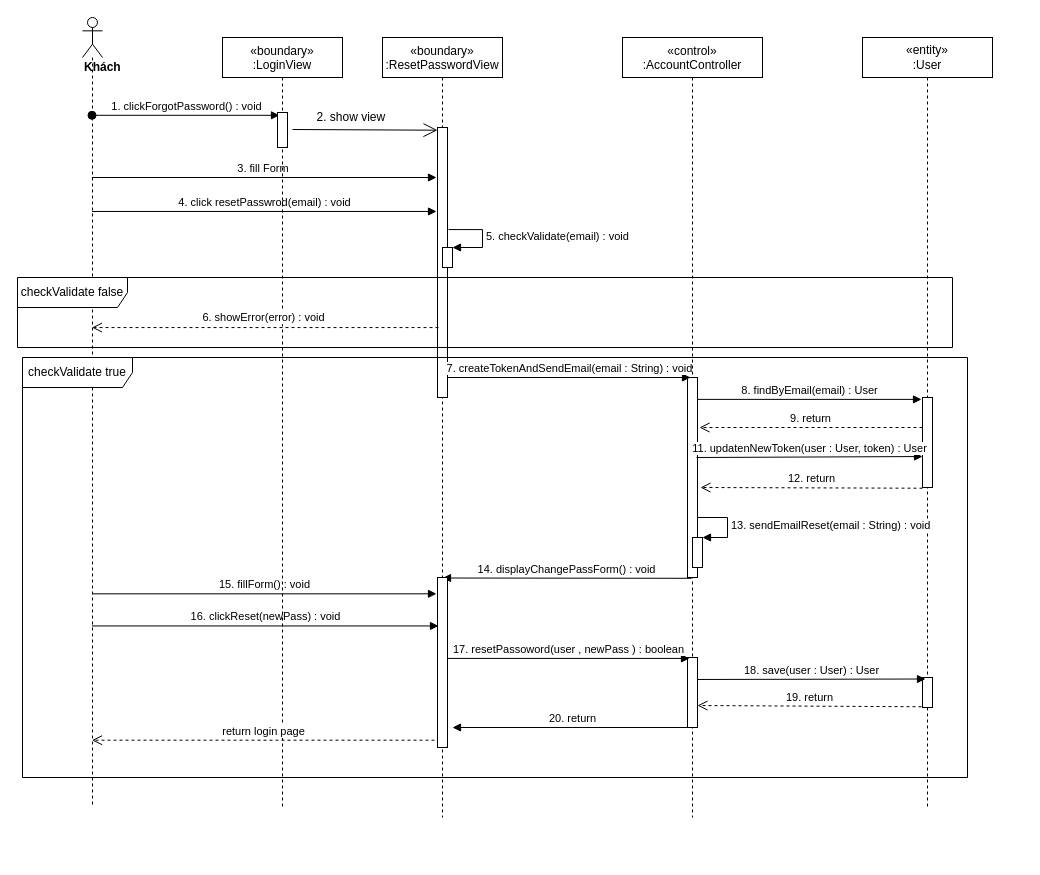
Above: sequence diagram/forgot-password-sequence-diagram.drawio in nguyenphamvan/datn_20202 (draw.io), before the change. Source tidied: cells renumbered, new cells numbered last; positions are measured from the earlier drawing's top-left corner, leaving out a move shared by most shapes. Both pictures are drawn from the tidied source at 100%, with x=0, y=0 at pixel (17, 17).
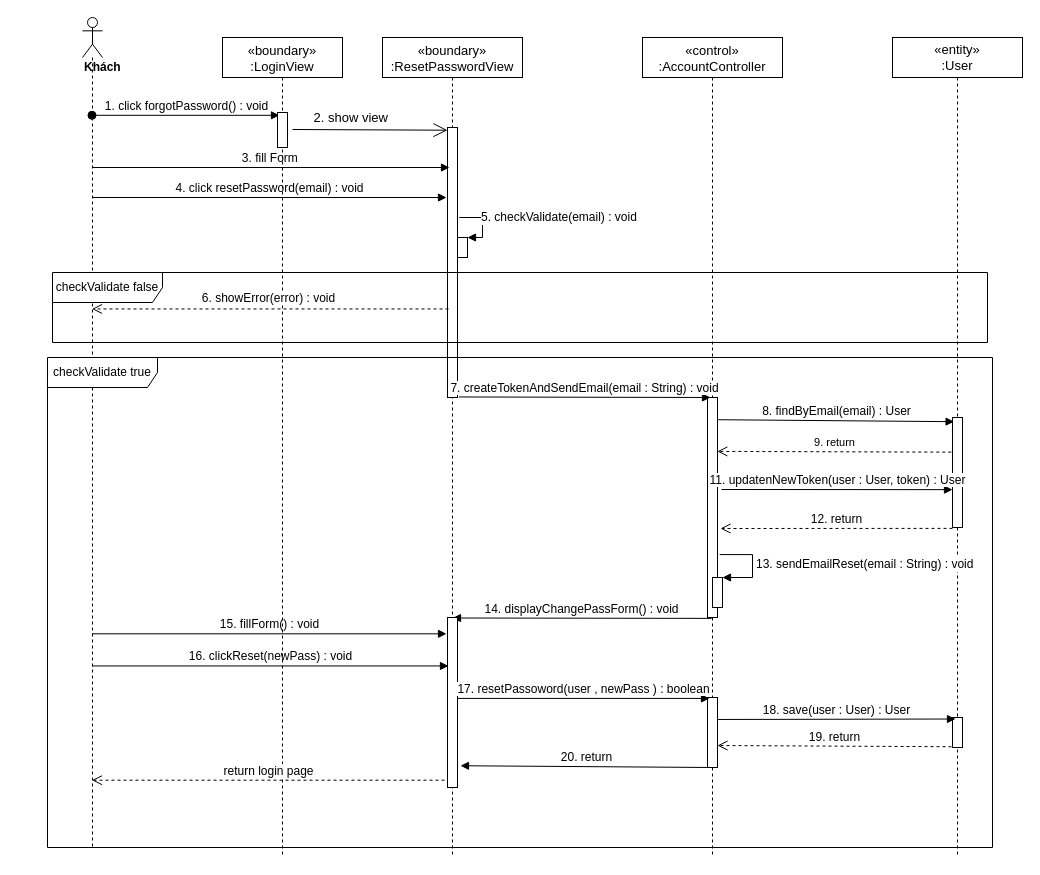
Above is the later version.

The change refers to these unchanged cells:
```xml
<mxCell id="32" style="html=1;points=[];perimeter=orthogonalPerimeter;" parent="31" vertex="1">
  <mxGeometry x="55" y="75" width="10" height="35" as="geometry" />
</mxCell>
```

Diff of the diagram source:
```diff
@@
-    <mxCell id="2" value="«boundary»&#10;:ResetPasswordView" style="shape=umlLifeline;perimeter=lifelinePerimeter;rounded=0;shadow=0;strokeWidth=1;" parent="1" vertex="1">
-      <mxGeometry x="365" y="20" width="120" height="780" as="geometry" />
+    <mxCell id="2" value="«boundary»&#10;:ResetPasswordView" style="shape=umlLifeline;perimeter=lifelinePerimeter;rounded=0;shadow=0;strokeWidth=1;fontSize=13;" parent="1" vertex="1">
+      <mxGeometry x="365" y="20" width="140" height="820" as="geometry" />
     </mxCell>
     <mxCell id="3" style="html=1;points=[];perimeter=orthogonalPerimeter;" parent="2" vertex="1">
-      <mxGeometry x="55" y="90" width="10" height="270" as="geometry" />
+      <mxGeometry x="65" y="90" width="10" height="270" as="geometry" />
     </mxCell>
-    <mxCell id="4" value="«control»&#10;:AccountController" style="shape=umlLifeline;perimeter=lifelinePerimeter;rounded=0;shadow=0;strokeWidth=1;" parent="1" vertex="1">
-      <mxGeometry x="605" y="20" width="140" height="780" as="geometry" />
+    <mxCell id="4" value="«control»&#10;:AccountController" style="shape=umlLifeline;perimeter=lifelinePerimeter;rounded=0;shadow=0;strokeWidth=1;fontSize=13;" parent="1" vertex="1">
+      <mxGeometry x="625" y="20" width="140" height="820" as="geometry" />
     </mxCell>
     <mxCell id="5" value="&lt;div&gt;&lt;b&gt;Khách&lt;/b&gt;&lt;/div&gt;" style="shape=umlLifeline;participant=umlActor;perimeter=lifelinePerimeter;whiteSpace=wrap;html=1;verticalAlign=top;spacingTop=36;outlineConnect=0;align=left;" parent="1" vertex="1">
-      <mxGeometry x="65" width="20" height="790" as="geometry" />
+      <mxGeometry x="65" width="20" height="830" as="geometry" />
     </mxCell>
-    <mxCell id="6" value="3. fill Form&amp;nbsp;" style="html=1;verticalAlign=bottom;endArrow=block;" parent="1" edge="1" source="5">
+    <mxCell id="6" value="&lt;font style=&quot;font-size: 12px&quot;&gt;3. fill Form&amp;nbsp;&lt;/font&gt;" style="html=1;verticalAlign=bottom;endArrow=block;" parent="1" edge="1" source="5">
       <mxGeometry relative="1" as="geometry">
-        <mxPoint x="419" y="160" as="targetPoint" />
+        <mxPoint x="432" y="150" as="targetPoint" />
       </mxGeometry>
     </mxCell>
-    <mxCell id="7" value="&lt;span&gt;«entity»&lt;br&gt;&lt;/span&gt;:User" style="shape=umlLifeline;perimeter=lifelinePerimeter;whiteSpace=wrap;html=1;" parent="1" vertex="1">
-      <mxGeometry x="845" y="20" width="130" height="770" as="geometry" />
+    <mxCell id="7" value="&lt;font style=&quot;font-size: 13px&quot;&gt;&lt;span&gt;«entity»&lt;br&gt;&lt;/span&gt;:User&lt;/font&gt;" style="shape=umlLifeline;perimeter=lifelinePerimeter;whiteSpace=wrap;html=1;" parent="1" vertex="1">
+      <mxGeometry x="875" y="20" width="130" height="820" as="geometry" />
     </mxCell>
     <mxCell id="8" style="points=[];perimeter=orthogonalPerimeter;rounded=0;shadow=0;strokeWidth=1;" parent="7" vertex="1">
-      <mxGeometry x="60" y="360" width="10" height="90" as="geometry" />
+      <mxGeometry x="60" y="380" width="10" height="110" as="geometry" />
     </mxCell>
     <mxCell id="9" style="points=[];perimeter=orthogonalPerimeter;rounded=0;shadow=0;strokeWidth=1;" parent="1" vertex="1">
-      <mxGeometry x="670" y="360" width="10" height="200" as="geometry" />
+      <mxGeometry x="690" y="380" width="10" height="220" as="geometry" />
     </mxCell>
-    <mxCell id="10" value="4. click resetPasswrod(email) : void" style="html=1;verticalAlign=bottom;endArrow=block;entryX=-0.1;entryY=0.311;entryDx=0;entryDy=0;entryPerimeter=0;" parent="1" edge="1" source="5" target="3">
-      <mxGeometry relative="1" as="geometry" />
+    <mxCell id="10" value="&lt;font style=&quot;font-size: 12px&quot;&gt;4. click resetPassword(email) : void&lt;/font&gt;" style="html=1;verticalAlign=bottom;endArrow=block;" parent="1" edge="1" source="5">
+      <mxGeometry relative="1" as="geometry">
+        <mxPoint x="429" y="180" as="targetPoint" />
+      </mxGeometry>
     </mxCell>
-    <mxCell id="11" value="7. createTokenAndSendEmail(email : String) : void" style="html=1;verticalAlign=bottom;endArrow=block;entryX=0.3;entryY=0;entryDx=0;entryDy=0;entryPerimeter=0;exitX=1;exitY=0.926;exitDx=0;exitDy=0;exitPerimeter=0;" parent="1" edge="1" source="3" target="9">
+    <mxCell id="11" value="&lt;font style=&quot;font-size: 12px&quot;&gt;7. createTokenAndSendEmail(email : String) : void&lt;/font&gt;" style="html=1;verticalAlign=bottom;endArrow=block;entryX=0.3;entryY=0;entryDx=0;entryDy=0;entryPerimeter=0;exitX=1.14;exitY=0.998;exitDx=0;exitDy=0;exitPerimeter=0;" parent="1" edge="1" source="3" target="9">
       <mxGeometry relative="1" as="geometry" />
     </mxCell>
-    <mxCell id="12" value="8. findByEmail(email) : User" style="html=1;verticalAlign=bottom;endArrow=block;entryX=-0.1;entryY=0.021;entryDx=0;entryDy=0;entryPerimeter=0;" parent="1" edge="1" source="9" target="8">
+    <mxCell id="12" value="&lt;font style=&quot;font-size: 12px&quot;&gt;8. findByEmail(email) : User&lt;/font&gt;" style="html=1;verticalAlign=bottom;endArrow=block;exitX=1.06;exitY=0.101;exitDx=0;exitDy=0;exitPerimeter=0;entryX=0.16;entryY=0.038;entryDx=0;entryDy=0;entryPerimeter=0;" parent="1" edge="1" source="9" target="8">
       <mxGeometry relative="1" as="geometry" />
     </mxCell>
-    <mxCell id="13" value="11. updatenNewToken(user : User, token) : User" style="html=1;verticalAlign=bottom;endArrow=block;entryX=0;entryY=0.656;entryDx=0;entryDy=0;entryPerimeter=0;exitX=0.9;exitY=0.4;exitDx=0;exitDy=0;exitPerimeter=0;" parent="1" edge="1" source="9" target="8">
-      <mxGeometry relative="1" as="geometry" />
+    <mxCell id="13" value="&lt;font style=&quot;font-size: 12px&quot;&gt;11. updatenNewToken(user : User, token) : User&lt;/font&gt;" style="html=1;verticalAlign=bottom;endArrow=block;entryX=0;entryY=0.656;entryDx=0;entryDy=0;entryPerimeter=0;" parent="1" edge="1" target="8">
+      <mxGeometry relative="1" as="geometry">
+        <mxPoint x="704" y="472" as="sourcePoint" />
+      </mxGeometry>
     </mxCell>
-    <mxCell id="14" value="12. return" style="html=1;verticalAlign=bottom;endArrow=open;dashed=1;endSize=8;exitX=0;exitY=1.008;exitDx=0;exitDy=0;exitPerimeter=0;entryX=1.3;entryY=0.55;entryDx=0;entryDy=0;entryPerimeter=0;" parent="1" edge="1" source="8" target="9">
-      <mxGeometry relative="1" as="geometry" />
+    <mxCell id="14" value="&lt;font style=&quot;font-size: 12px&quot;&gt;12. return&lt;/font&gt;" style="html=1;verticalAlign=bottom;endArrow=open;dashed=1;endSize=8;exitX=0;exitY=1.008;exitDx=0;exitDy=0;exitPerimeter=0;" parent="1" edge="1" source="8">
+      <mxGeometry relative="1" as="geometry">
+        <mxPoint x="703" y="511" as="targetPoint" />
+      </mxGeometry>
     </mxCell>
-    <mxCell id="15" value="14. displayChangePassForm() : void" style="html=1;verticalAlign=bottom;endArrow=block;exitX=0.4;exitY=1.004;exitDx=0;exitDy=0;exitPerimeter=0;entryX=0.5;entryY=0.003;entryDx=0;entryDy=0;entryPerimeter=0;" parent="1" edge="1" source="9" target="17">
+    <mxCell id="15" value="&lt;font style=&quot;font-size: 12px&quot;&gt;14. displayChangePassForm() : void&lt;/font&gt;" style="html=1;verticalAlign=bottom;endArrow=block;exitX=0.4;exitY=1.004;exitDx=0;exitDy=0;exitPerimeter=0;entryX=0.5;entryY=0.003;entryDx=0;entryDy=0;entryPerimeter=0;" parent="1" edge="1" source="9" target="17">
       <mxGeometry relative="1" as="geometry" />
     </mxCell>
-    <mxCell id="16" value="15. fillForm() : void" style="html=1;verticalAlign=bottom;endArrow=block;entryX=-0.1;entryY=0.096;entryDx=0;entryDy=0;entryPerimeter=0;" parent="1" edge="1" source="5" target="17">
+    <mxCell id="16" value="&lt;font style=&quot;font-size: 12px&quot;&gt;15. fillForm() : void&lt;/font&gt;" style="html=1;verticalAlign=bottom;endArrow=block;entryX=-0.1;entryY=0.096;entryDx=0;entryDy=0;entryPerimeter=0;" parent="1" edge="1" source="5" target="17">
       <mxGeometry relative="1" as="geometry" />
     </mxCell>
     <mxCell id="17" style="html=1;points=[];perimeter=orthogonalPerimeter;" parent="1" vertex="1">
-      <mxGeometry x="420" y="560" width="10" height="170" as="geometry" />
+      <mxGeometry x="430" y="600" width="10" height="170" as="geometry" />
     </mxCell>
     <mxCell id="18" style="html=1;points=[];perimeter=orthogonalPerimeter;" parent="1" vertex="1">
-      <mxGeometry x="670" y="640" width="10" height="70" as="geometry" />
+      <mxGeometry x="690" y="680" width="10" height="70" as="geometry" />
     </mxCell>
-    <mxCell id="19" value="17. resetPassoword(user , newPass ) : boolean" style="html=1;verticalAlign=bottom;endArrow=block;entryX=0.2;entryY=0.013;entryDx=0;entryDy=0;entryPerimeter=0;" parent="1" edge="1" source="17" target="18">
+    <mxCell id="19" value="&lt;font style=&quot;font-size: 12px&quot;&gt;17. resetPassoword(user , newPass ) : boolean&lt;/font&gt;" style="html=1;verticalAlign=bottom;endArrow=block;entryX=0.2;entryY=0.013;entryDx=0;entryDy=0;entryPerimeter=0;" parent="1" edge="1" source="17" target="18">
       <mxGeometry relative="1" as="geometry" />
     </mxCell>
     <mxCell id="20" style="html=1;points=[];perimeter=orthogonalPerimeter;" parent="1" vertex="1">
-      <mxGeometry x="905" y="660" width="10" height="30" as="geometry" />
+      <mxGeometry x="935" y="700" width="10" height="30" as="geometry" />
     </mxCell>
-    <mxCell id="21" value="18. save(user : User) : User" style="html=1;verticalAlign=bottom;endArrow=block;entryX=0.3;entryY=0.05;entryDx=0;entryDy=0;entryPerimeter=0;exitX=1;exitY=0.314;exitDx=0;exitDy=0;exitPerimeter=0;" parent="1" edge="1" source="18" target="20">
+    <mxCell id="21" value="&lt;font style=&quot;font-size: 12px&quot;&gt;18. save(user : User) : User&lt;/font&gt;" style="html=1;verticalAlign=bottom;endArrow=block;entryX=0.3;entryY=0.05;entryDx=0;entryDy=0;entryPerimeter=0;exitX=1;exitY=0.314;exitDx=0;exitDy=0;exitPerimeter=0;" parent="1" edge="1" source="18" target="20">
       <mxGeometry relative="1" as="geometry" />
     </mxCell>
-    <mxCell id="22" value="19. return" style="html=1;verticalAlign=bottom;endArrow=open;dashed=1;endSize=8;exitX=-0.1;exitY=0.975;exitDx=0;exitDy=0;exitPerimeter=0;entryX=1;entryY=0.686;entryDx=0;entryDy=0;entryPerimeter=0;" parent="1" edge="1" source="20" target="18">
+    <mxCell id="22" value="&lt;font style=&quot;font-size: 12px&quot;&gt;19. return&lt;/font&gt;" style="html=1;verticalAlign=bottom;endArrow=open;dashed=1;endSize=8;exitX=-0.1;exitY=0.975;exitDx=0;exitDy=0;exitPerimeter=0;entryX=1;entryY=0.686;entryDx=0;entryDy=0;entryPerimeter=0;" parent="1" edge="1" source="20" target="18">
       <mxGeometry relative="1" as="geometry" />
     </mxCell>
-    <mxCell id="23" value="20. return" style="html=1;verticalAlign=bottom;endArrow=block;exitX=0.5;exitY=1;exitDx=0;exitDy=0;exitPerimeter=0;" parent="1" edge="1" source="18">
-      <mxGeometry relative="1" as="geometry">
-        <mxPoint x="435" y="710" as="targetPoint" />
-      </mxGeometry>
+    <mxCell id="23" value="&lt;font style=&quot;font-size: 12px&quot;&gt;20. return&lt;/font&gt;" style="html=1;verticalAlign=bottom;endArrow=block;exitX=0.5;exitY=1;exitDx=0;exitDy=0;exitPerimeter=0;entryX=1.3;entryY=0.872;entryDx=0;entryDy=0;entryPerimeter=0;" parent="1" edge="1" source="18" target="17">
+      <mxGeometry relative="1" as="geometry" />
     </mxCell>
-    <mxCell id="24" value="16. clickReset(newPass) : void" style="html=1;verticalAlign=bottom;endArrow=block;entryX=0.1;entryY=0.285;entryDx=0;entryDy=0;entryPerimeter=0;" parent="1" edge="1" source="5" target="17">
+    <mxCell id="24" value="&lt;font style=&quot;font-size: 12px&quot;&gt;16. clickReset(newPass) : void&lt;/font&gt;" style="html=1;verticalAlign=bottom;endArrow=block;entryX=0.1;entryY=0.285;entryDx=0;entryDy=0;entryPerimeter=0;" parent="1" edge="1" source="5" target="17">
       <mxGeometry relative="1" as="geometry" />
     </mxCell>
-    <mxCell id="25" value="9. return" style="html=1;verticalAlign=bottom;endArrow=open;dashed=1;endSize=8;" parent="1" edge="1" source="8">
-      <mxGeometry relative="1" as="geometry">
-        <mxPoint x="682" y="410" as="targetPoint" />
-      </mxGeometry>
+    <mxCell id="25" value="9. return" style="html=1;verticalAlign=bottom;endArrow=open;dashed=1;endSize=8;exitX=-0.12;exitY=0.315;exitDx=0;exitDy=0;exitPerimeter=0;entryX=0.98;entryY=0.245;entryDx=0;entryDy=0;entryPerimeter=0;" parent="1" edge="1" source="8" target="9">
+      <mxGeometry relative="1" as="geometry" />
     </mxCell>
-    <mxCell id="26" value="1. clickForgotPassword() : void" style="html=1;verticalAlign=bottom;startArrow=oval;startFill=1;endArrow=block;startSize=8;entryX=0.2;entryY=0.08;entryDx=0;entryDy=0;entryPerimeter=0;" parent="1" edge="1" source="5" target="32">
+    <mxCell id="26" value="&lt;font style=&quot;font-size: 12px&quot;&gt;1. click forgotPassword() : void&lt;/font&gt;" style="html=1;verticalAlign=bottom;startArrow=oval;startFill=1;endArrow=block;startSize=8;entryX=0.2;entryY=0.08;entryDx=0;entryDy=0;entryPerimeter=0;" parent="1" edge="1" source="5" target="32">
       <mxGeometry relative="1" as="geometry" />
     </mxCell>
     <mxCell id="27" style="html=1;points=[];perimeter=orthogonalPerimeter;" parent="1" vertex="1">
-      <mxGeometry x="425" y="230" width="10" height="20" as="geometry" />
+      <mxGeometry x="440" y="220" width="10" height="20" as="geometry" />
     </mxCell>
-    <mxCell id="28" value="5. checkValidate(email) : void" style="edgeStyle=orthogonalEdgeStyle;html=1;align=left;spacingLeft=2;endArrow=block;rounded=0;entryX=1;entryY=0;exitX=1.1;exitY=0.378;exitDx=0;exitDy=0;exitPerimeter=0;" parent="1" edge="1" source="3" target="27">
+    <mxCell id="28" value="&lt;font style=&quot;font-size: 12px&quot;&gt;5. checkValidate(email) : void&lt;/font&gt;" style="edgeStyle=orthogonalEdgeStyle;html=1;align=left;spacingLeft=2;endArrow=block;rounded=0;entryX=1;entryY=0;" parent="1" edge="1" target="27">
       <mxGeometry relative="1" as="geometry">
+        <mxPoint x="465" y="200" as="sourcePoint" />
         <Array as="points">
-          <mxPoint x="465" y="212" />
-          <mxPoint x="465" y="230" />
+          <mxPoint x="442" y="200" />
+          <mxPoint x="465" y="200" />
+          <mxPoint x="465" y="235" />
         </Array>
       </mxGeometry>
     </mxCell>
     <mxCell id="29" style="html=1;points=[];perimeter=orthogonalPerimeter;" parent="1" vertex="1">
-      <mxGeometry x="675" y="520" width="10" height="30" as="geometry" />
+      <mxGeometry x="695" y="560" width="10" height="30" as="geometry" />
     </mxCell>
-    <mxCell id="30" value="13. sendEmailReset(email : String) : void" style="edgeStyle=orthogonalEdgeStyle;html=1;align=left;spacingLeft=2;endArrow=block;rounded=0;entryX=1;entryY=0;" parent="1" edge="1" target="29">
+    <mxCell id="30" value="&lt;font style=&quot;font-size: 12px&quot;&gt;13. sendEmailReset(email : String) : void&lt;/font&gt;" style="edgeStyle=orthogonalEdgeStyle;html=1;align=left;spacingLeft=2;endArrow=block;rounded=0;entryX=1;entryY=0;exitX=1.22;exitY=0.714;exitDx=0;exitDy=0;exitPerimeter=0;" parent="1" edge="1" source="9" target="29">
       <mxGeometry relative="1" as="geometry">
-        <mxPoint x="680" y="500" as="sourcePoint" />
         <Array as="points">
-          <mxPoint x="710" y="500" />
+          <mxPoint x="735" y="537" />
+          <mxPoint x="735" y="560" />
         </Array>
       </mxGeometry>
     </mxCell>
-    <mxCell id="31" value="«boundary»&#10;:LoginView" style="shape=umlLifeline;perimeter=lifelinePerimeter;rounded=0;shadow=0;strokeWidth=1;" parent="1" vertex="1">
-      <mxGeometry x="205" y="20" width="120" height="770" as="geometry" />
+    <mxCell id="31" value="«boundary»&#10;:LoginView" style="shape=umlLifeline;perimeter=lifelinePerimeter;rounded=0;shadow=0;strokeWidth=1;fontSize=13;" parent="1" vertex="1">
+      <mxGeometry x="205" y="20" width="120" height="820" as="geometry" />
     </mxCell>
@@
-    <mxCell id="35" value="2. show view&amp;nbsp;" style="text;html=1;align=center;verticalAlign=middle;strokeColor=none;" parent="1" vertex="1">
+    <mxCell id="35" value="&lt;font style=&quot;font-size: 13px&quot;&gt;2. show view&amp;nbsp;&lt;/font&gt;" style="text;html=1;align=center;verticalAlign=middle;strokeColor=none;" parent="1" vertex="1">
       <mxGeometry x="290" y="90" width="90" height="20" as="geometry" />
     </mxCell>
     <mxCell id="36" value="checkValidate false" style="shape=umlFrame;whiteSpace=wrap;html=1;width=110;height=30;" parent="1" vertex="1">
-      <mxGeometry y="260" width="935" height="70" as="geometry" />
+      <mxGeometry x="35" y="255" width="935" height="70" as="geometry" />
     </mxCell>
-    <mxCell id="37" value="6. showError(error) : void" style="html=1;verticalAlign=bottom;endArrow=open;dashed=1;endSize=8;exitX=0.1;exitY=0.741;exitDx=0;exitDy=0;exitPerimeter=0;" parent="1" edge="1" source="3" target="5">
+    <mxCell id="37" value="&lt;font style=&quot;font-size: 12px&quot;&gt;6. showError(error) : void&lt;/font&gt;" style="html=1;verticalAlign=bottom;endArrow=open;dashed=1;endSize=8;exitX=0.1;exitY=0.672;exitDx=0;exitDy=0;exitPerimeter=0;" parent="1" edge="1" source="3" target="5">
       <mxGeometry x="0.01" y="-1" relative="1" as="geometry" />
     </mxCell>
-    <mxCell id="38" value="return login page" style="html=1;verticalAlign=bottom;endArrow=open;dashed=1;endSize=8;exitX=-0.3;exitY=0.957;exitDx=0;exitDy=0;exitPerimeter=0;" parent="1" edge="1" source="17" target="5">
+    <mxCell id="38" value="&lt;font style=&quot;font-size: 12px&quot;&gt;return login page&lt;/font&gt;" style="html=1;verticalAlign=bottom;endArrow=open;dashed=1;endSize=8;exitX=-0.3;exitY=0.957;exitDx=0;exitDy=0;exitPerimeter=0;" parent="1" edge="1" source="17" target="5">
       <mxGeometry relative="1" as="geometry" />
     </mxCell>
     <mxCell id="39" value="checkValidate true" style="shape=umlFrame;whiteSpace=wrap;html=1;width=110;height=30;" parent="1" vertex="1">
-      <mxGeometry x="5" y="340" width="945" height="420" as="geometry" />
+      <mxGeometry x="30" y="340" width="945" height="490" as="geometry" />
     </mxCell>
```
